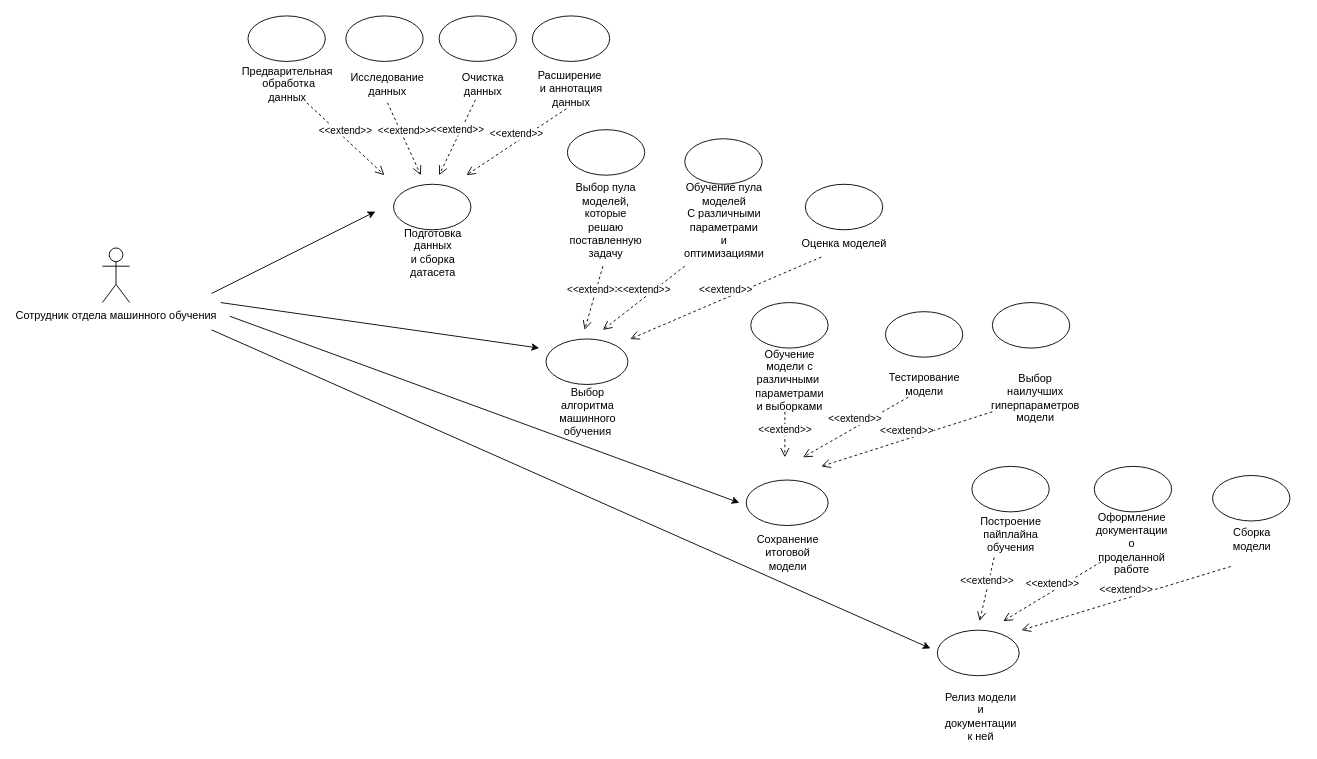
Above: Диаграмма вариантов использования.drawio in Aleksej1024/mireaDatabases (draw.io), before the change. Source tidied: cells renumbered, new cells numbered last; positions are measured from the earlier drawing's top-left corner, leaving out a move shared by most shapes. Both pictures are drawn from the tidied source at 91%, with x=0, y=0 at pixel (102, 15).
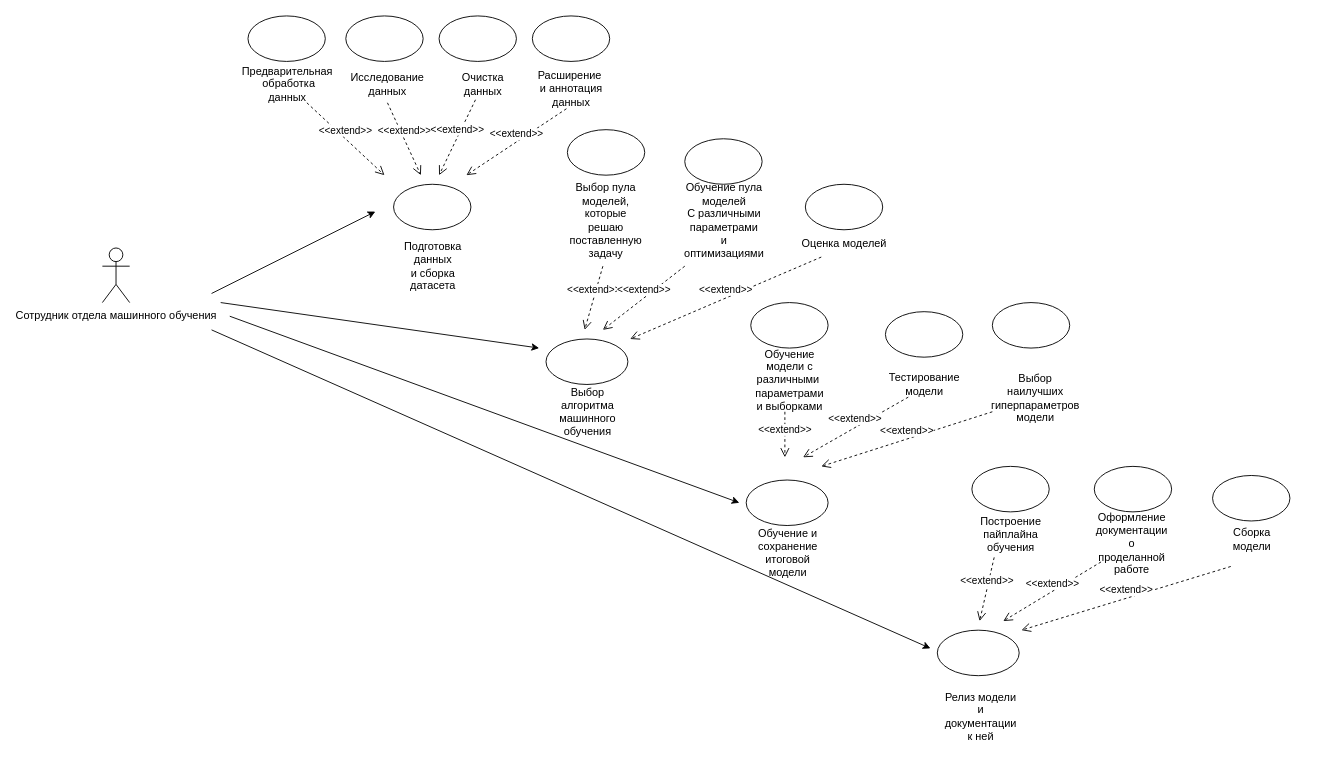
After the change.

Commit message (it also covers changes not shown here):
Добавил диаграмму взаимодействий

Change to the diagram source:
```diff
@@
     <mxCell id="5" value="&lt;span style=&quot;text-wrap: wrap;&quot;&gt;Подготовка данных&lt;/span&gt;&lt;div&gt;&lt;span style=&quot;text-wrap: wrap;&quot;&gt;и сборка датасета&lt;/span&gt;&lt;/div&gt;" style="text;html=1;align=center;verticalAlign=middle;strokeColor=none;fillColor=none;" parent="1" vertex="1">
-      <mxGeometry x="297.5" y="240" width="130" height="40" as="geometry" />
+      <mxGeometry x="297.5" y="255" width="130" height="40" as="geometry" />
     </mxCell>
@@
-    <mxCell id="8" value="&lt;span style=&quot;text-wrap: wrap;&quot;&gt;Сохранение итоговой модели&lt;/span&gt;" style="text;html=1;align=center;verticalAlign=middle;strokeColor=none;fillColor=none;" parent="1" vertex="1">
-      <mxGeometry x="657.5" y="575" width="190" height="30" as="geometry" />
+    <mxCell id="8" value="&lt;span style=&quot;text-wrap: wrap;&quot;&gt;Обучение и сохранение итоговой модели&lt;/span&gt;" style="text;html=1;align=center;verticalAlign=middle;strokeColor=none;fillColor=none;" parent="1" vertex="1">
+      <mxGeometry x="627.5" y="575" width="250" height="30" as="geometry" />
     </mxCell>
```
